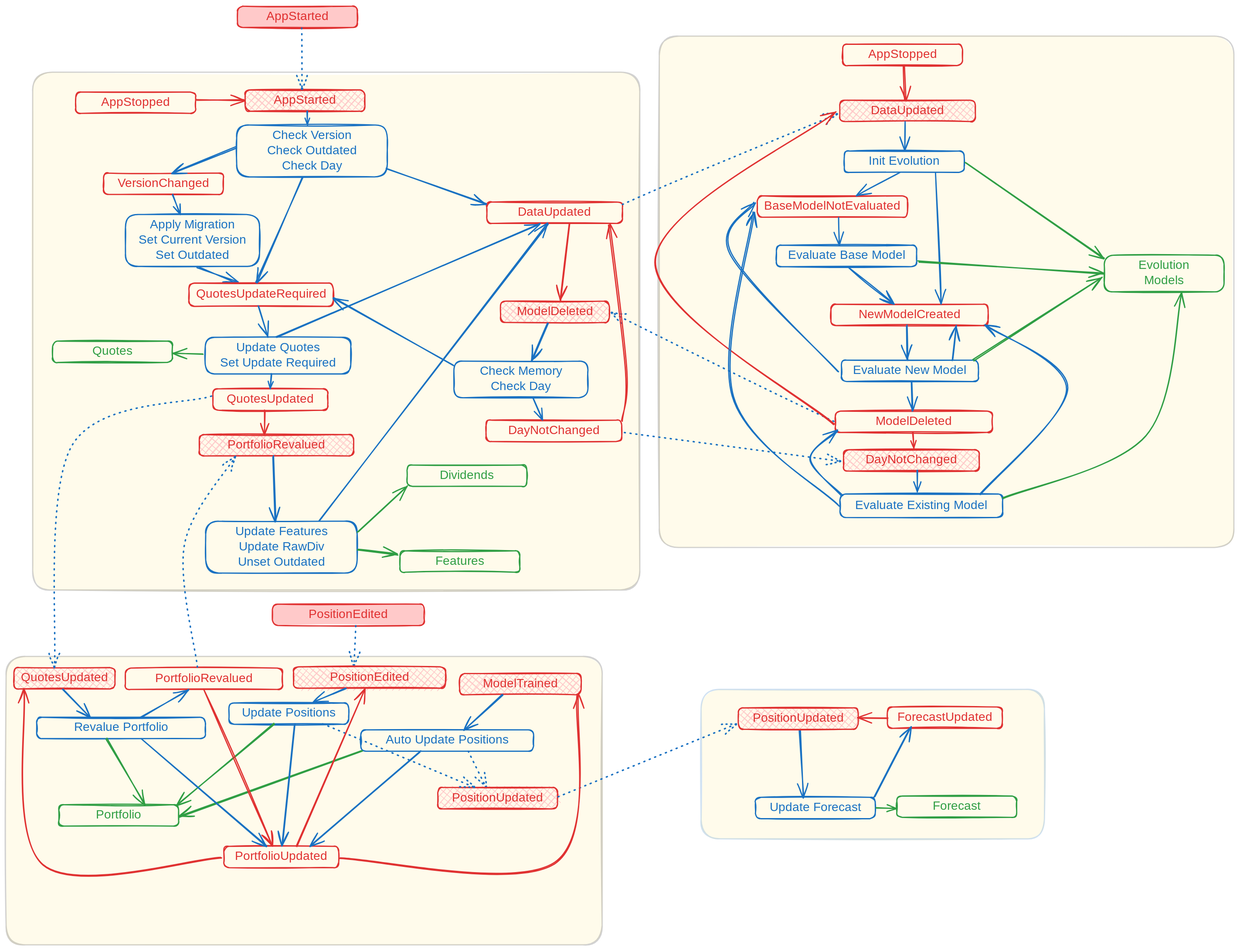
This is docs/fsm.excalidraw.svg from WLM1ke/poptimizer, a Excalidraw export, as it was before one commit. Source tidied: one line per element, renumbered; positions are measured from the earlier drawing's top-left corner, leaving out a move shared by most shapes.
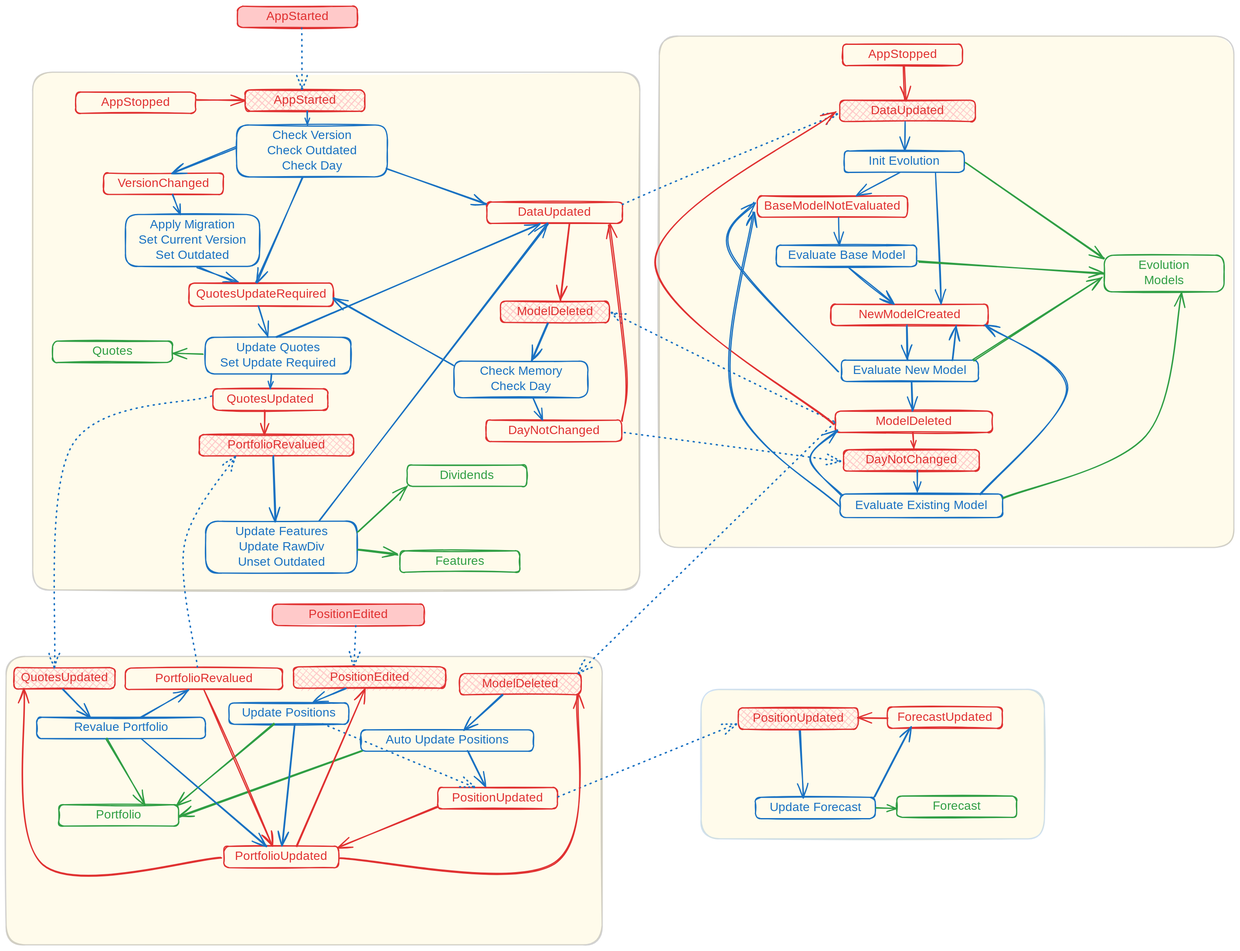
The same diagram one commit later.

Change to the diagram source:
```diff
@@ -33,8 +33,8 @@
 {"id": 32, "type": "arrow", "strokeColor": "#2f9e44", "strokeWidth": 2, "roughness": 1, "endArrowhead": "arrow", "round": true, "from": 30, "to": 10, "x": 1426, "y": 1315, "width": 33, "height": 0, "points": [[0, 0], [33, 0]]}
 {"id": 33, "type": "rectangle", "strokeColor": "#1971c2", "strokeWidth": 2, "roughness": 1, "round": true, "x": 581, "y": 1186, "width": 283, "height": 35}
 {"id": 34, "type": "text", "text": "Auto Update Positions", "strokeColor": "#1971c2", "strokeWidth": 2, "roughness": 1, "fontSize": 20, "fontFamily": 5, "textAlign": "center", "verticalAlign": "middle", "inside": 33, "x": 611, "y": 1191, "width": 225, "height": 25}
-{"id": 35, "type": "arrow", "strokeColor": "#1971c2", "strokeWidth": 2, "strokeStyle": "dotted", "roughness": 1, "endArrowhead": "arrow", "round": true, "from": 33, "to": 36, "x": 757, "y": 1221, "width": 30, "height": 59, "points": [[0, 0], [30, 59]]}
+{"id": 35, "type": "arrow", "strokeColor": "#1971c2", "strokeWidth": 2, "roughness": 1, "endArrowhead": "arrow", "round": true, "from": 33, "to": 36, "x": 757, "y": 1221, "width": 30, "height": 59, "points": [[0, 0], [30, 59]]}
-{"id": 36, "type": "rectangle", "strokeColor": "#e03131", "backgroundColor": "#ffc9c9", "fillStyle": "cross-hatch", "strokeWidth": 2, "roughness": 1, "round": true, "x": 708, "y": 1281, "width": 196, "height": 35}
+{"id": 36, "type": "rectangle", "strokeColor": "#e03131", "strokeWidth": 2, "roughness": 1, "round": true, "x": 707, "y": 1281, "width": 196, "height": 35}
 {"id": 37, "type": "text", "text": "PositionUpdated", "strokeColor": "#e03131", "strokeWidth": 2, "roughness": 1, "fontSize": 20, "fontFamily": 5, "textAlign": "center", "verticalAlign": "middle", "inside": 36, "x": 724, "y": 1286, "width": 162, "height": 25}
 {"id": 38, "type": "arrow", "strokeColor": "#1971c2", "strokeWidth": 2, "strokeStyle": "dotted", "roughness": 1, "endArrowhead": "arrow", "round": true, "from": 25, "to": 36, "x": 519, "y": 1177, "width": 250, "height": 103, "points": [[0, 0], [250, 103]]}
 {"id": 39, "type": "arrow", "strokeColor": "#1971c2", "strokeWidth": 2, "roughness": 1, "endArrowhead": "arrow", "round": true, "from": 76, "to": 30, "x": 1300, "y": 1186, "width": 7, "height": 111, "points": [[0, 0], [7, 111]]}
@@ -69,7 +69,7 @@
 {"id": 68, "type": "arrow", "strokeColor": "#1971c2", "backgroundColor": "#ffc9c9", "fillStyle": "cross-hatch", "strokeWidth": 2, "roughness": 1, "endArrowhead": "arrow", "round": true, "from": 66, "to": 25, "x": 557, "y": 1118, "width": 52, "height": 23, "points": [[0, 0], [-52, 23]]}
 {"id": 69, "type": "arrow", "strokeColor": "#1971c2", "backgroundColor": "#ffc9c9", "fillStyle": "cross-hatch", "strokeWidth": 2, "strokeStyle": "dotted", "roughness": 1, "endArrowhead": "arrow", "round": true, "from": 48, "to": 51, "x": 338, "y": 640, "width": 257, "height": 444, "points": [[0, 0], [-230, 80], [-257, 444]]}
 {"id": 70, "type": "rectangle", "strokeColor": "#e03131", "backgroundColor": "#ffc9c9", "fillStyle": "cross-hatch", "strokeWidth": 2, "roughness": 1, "round": true, "x": 743, "y": 1094, "width": 199, "height": 35}
-{"id": 71, "type": "text", "text": "ModelTrained", "strokeColor": "#e03131", "strokeWidth": 2, "roughness": 1, "fontSize": 20, "fontFamily": 5, "textAlign": "center", "verticalAlign": "middle", "inside": 70, "x": 779, "y": 1099, "width": 127, "height": 25}
+{"id": 71, "type": "text", "text": "ModelDeleted", "strokeColor": "#e03131", "strokeWidth": 2, "roughness": 1, "fontSize": 20, "fontFamily": 5, "textAlign": "center", "verticalAlign": "middle", "inside": 70, "x": 778, "y": 1099, "width": 130, "height": 25}
 {"id": 72, "type": "arrow", "strokeColor": "#1971c2", "backgroundColor": "#ffc9c9", "fillStyle": "cross-hatch", "strokeWidth": 2, "roughness": 1, "endArrowhead": "arrow", "round": true, "from": 70, "to": 33, "x": 814, "y": 1129, "width": 62, "height": 57, "points": [[0, 0], [-62, 57]]}
 {"id": 73, "type": "arrow", "strokeColor": "#1971c2", "backgroundColor": "#ffc9c9", "fillStyle": "cross-hatch", "strokeWidth": 2, "roughness": 1, "endArrowhead": "arrow", "round": true, "from": 14, "to": 40, "x": 273, "y": 309, "width": 12, "height": 32, "points": [[0, 0], [12, 32]]}
 {"id": 74, "type": "rectangle", "strokeColor": "#2f9e44", "strokeWidth": 2, "roughness": 1, "round": true, "x": 1800, "y": 408, "width": 196, "height": 60}
@@ -81,7 +81,6 @@
 {"id": 80, "type": "rectangle", "strokeColor": "#e03131", "strokeWidth": 2, "roughness": 1, "round": true, "x": 357, "y": 1377, "width": 188, "height": 35}
 {"id": 81, "type": "text", "text": "PortfolioUpdated", "strokeColor": "#e03131", "strokeWidth": 2, "roughness": 1, "fontSize": 20, "fontFamily": 5, "textAlign": "center", "verticalAlign": "middle", "inside": 80, "x": 365, "y": 1382, "width": 171, "height": 25}
 {"id": 82, "type": "arrow", "strokeColor": "#1971c2", "strokeWidth": 2, "roughness": 1, "endArrowhead": "arrow", "round": true, "from": 25, "to": 80, "x": 473, "y": 1177, "width": 20, "height": 199, "points": [[0, 0], [-20, 199]]}
-{"id": 83, "type": "arrow", "strokeColor": "#1971c2", "strokeWidth": 2, "roughness": 1, "endArrowhead": "arrow", "round": true, "from": 33, "to": 80, "x": 679, "y": 1222, "width": 182, "height": 155, "points": [[0, 0], [-182, 155]]}
 {"id": 84, "type": "arrow", "strokeColor": "#e03131", "strokeWidth": 2, "roughness": 1, "endArrowhead": "arrow", "round": true, "from": 80, "to": 70, "x": 546, "y": 1397, "width": 390, "height": 276, "points": [[0, 0], [354, 8], [390, -268]]}
 {"id": 85, "type": "arrow", "strokeColor": "#e03131", "strokeWidth": 2, "roughness": 1, "endArrowhead": "arrow", "round": true, "from": 80, "to": 66, "x": 476, "y": 1377, "width": 112, "height": 259, "points": [[0, 0], [112, -259]]}
 {"id": 86, "type": "arrow", "strokeColor": "#e03131", "strokeWidth": 2, "roughness": 1, "endArrowhead": "arrow", "round": true, "from": 80, "to": 51, "x": 353, "y": 1396, "width": 325, "height": 287, "points": [[0, 0], [-293, 11], [-325, -276]]}
@@ -159,3 +158,5 @@
 {"id": 158, "type": "arrow", "strokeColor": "#e03131", "backgroundColor": "#ffc9c9", "fillStyle": "solid", "strokeWidth": 2, "roughness": 1, "endArrowhead": "arrow", "round": true, "from": 119, "to": 106, "x": 1357, "y": 685, "width": 296, "height": 511, "points": [[0, 0], [-293, -266], [3, -511]]}
 {"id": 159, "type": "arrow", "strokeColor": "#1971c2", "strokeWidth": 2, "roughness": 1, "endArrowhead": "arrow", "round": true, "from": 123, "to": 111, "x": 1365, "y": 819, "width": 174, "height": 480, "points": [[0, 0], [-174, -178], [-140, -480]]}
 {"id": 160, "type": "arrow", "strokeColor": "#1971c2", "strokeWidth": 2, "roughness": 1, "endArrowhead": "arrow", "round": true, "from": 123, "to": 119, "x": 1370, "y": 803, "width": 51, "height": 107, "points": [[0, 0], [-51, -61], [-8, -107]]}
+{"id": 161, "type": "arrow", "strokeColor": "#1971c2", "strokeWidth": 2, "strokeStyle": "dotted", "roughness": 1, "endArrowhead": "arrow", "round": true, "from": 119, "to": 70, "x": 1357, "y": 684, "width": 419, "height": 412, "points": [[0, 0], [-419, 412]]}
+{"id": 162, "type": "arrow", "strokeColor": "#e03131", "strokeWidth": 2, "roughness": 1, "endArrowhead": "arrow", "round": true, "from": 36, "to": 80, "x": 707, "y": 1314, "width": 164, "height": 65, "points": [[0, 0], [-164, 65]]}
```
